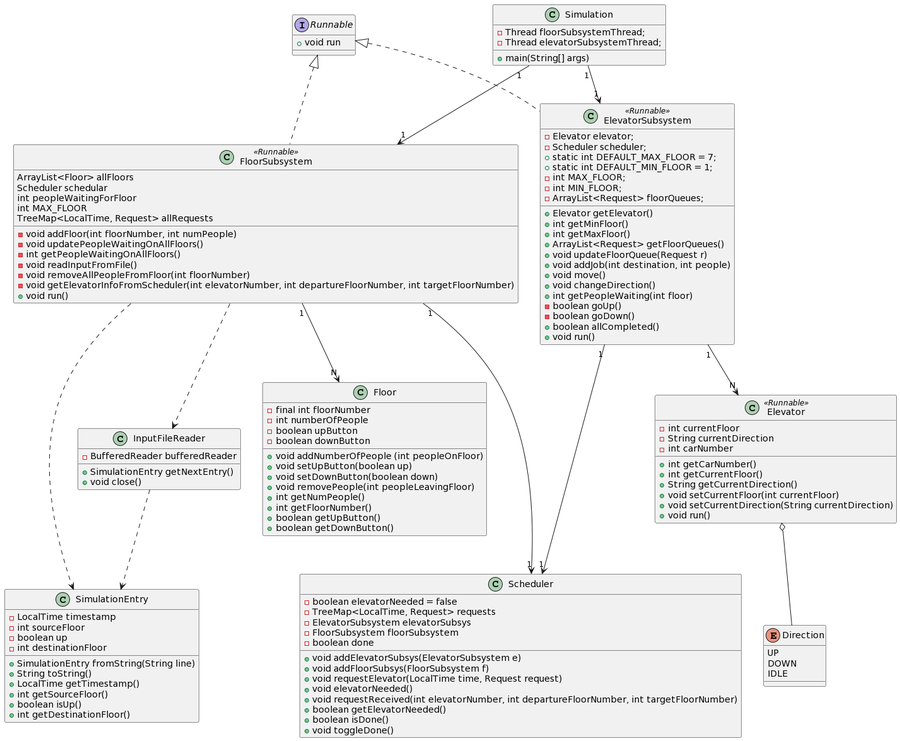
Earlier version of the PlantUML export iteration1/diagrams/class_diagram.png (w4est/elevator-simulator).
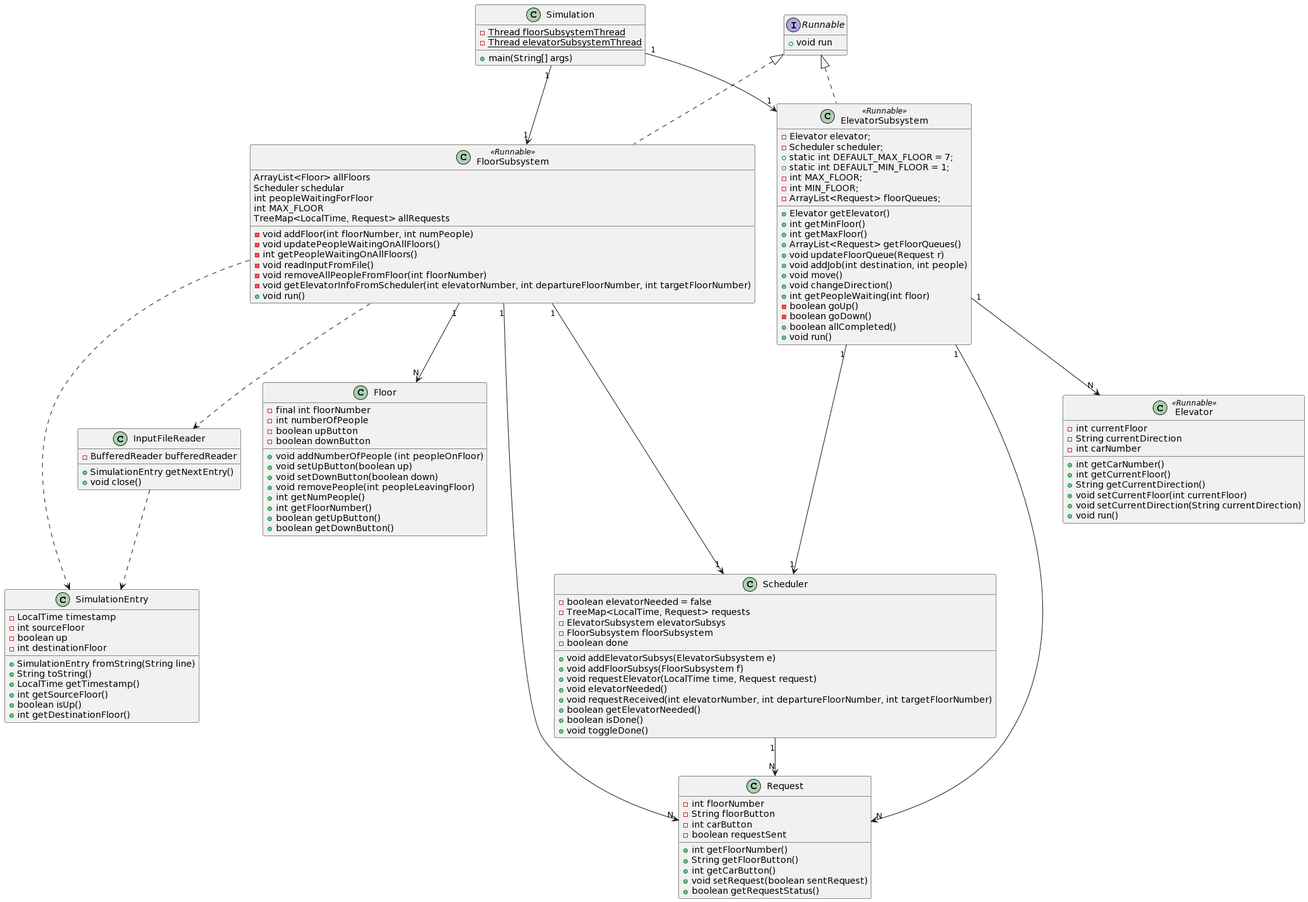
Above is the later version.

Commit message:
Updated class diagram to include Request.java

The edit, as a diff of the source:
```diff
@@ -81,12 +81,6 @@
     + void run()
 }
 
-enum Direction {
-    UP
-    DOWN
-    IDLE
-}
-
 class Elevator <<Runnable>> {
     - int currentFloor
     - String currentDirection
@@ -114,9 +108,22 @@
     + int getDestinationFloor()
 }
 
+class Request {
+    - int floorNumber
+    - String floorButton
+    - int carButton
+    - boolean requestSent
+
+    + int getFloorNumber()
+    + String getFloorButton()
+    + int getCarButton()
+    + void setRequest(boolean sentRequest)
+    + boolean getRequestStatus()
+}
+
 class Simulation {
-    - Thread floorSubsystemThread;
-    - Thread elevatorSubsystemThread;
+    - {static} Thread floorSubsystemThread
+    - {static} Thread elevatorSubsystemThread
 
     + main(String[] args)
 }
@@ -126,11 +133,13 @@
 FloorSubsystem "1" --> "N" Floor
 FloorSubsystem ..> InputFileReader
 FloorSubsystem ..> SimulationEntry
+FloorSubsystem "1" --> "N" Request
 InputFileReader ..> SimulationEntry
 FloorSubsystem "1" ---> "1" Scheduler
 ElevatorSubsystem "1" ---> "1" Scheduler
 ElevatorSubsystem "1" --> "N" Elevator
-Elevator o-- Direction
+ElevatorSubsystem "1" --> "N" Request
+Scheduler "1" --> "N" Request
 Simulation "1" --> "1" ElevatorSubsystem
 Simulation "1" --> "1" FloorSubsystem
 @enduml
```
